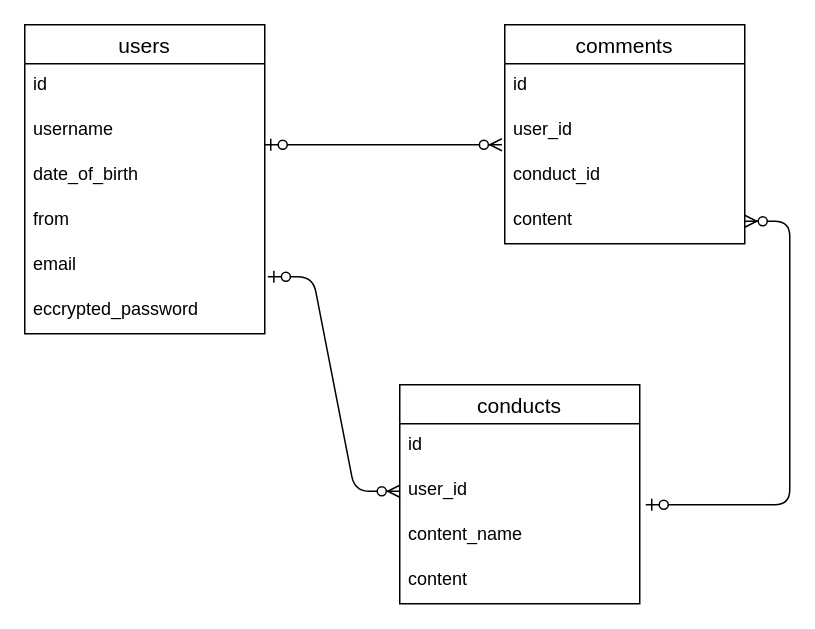
Before: page "ER図" (2 of 2) of .dio in chicattita/original-app, a draw.io diagram. Source tidied: cells renumbered, new cells numbered last; positions are measured from the earlier drawing's top-left corner, leaving out a move shared by most shapes. Both pictures are drawn from the tidied source at 150%, with x=0, y=0 at pixel (24, 24).
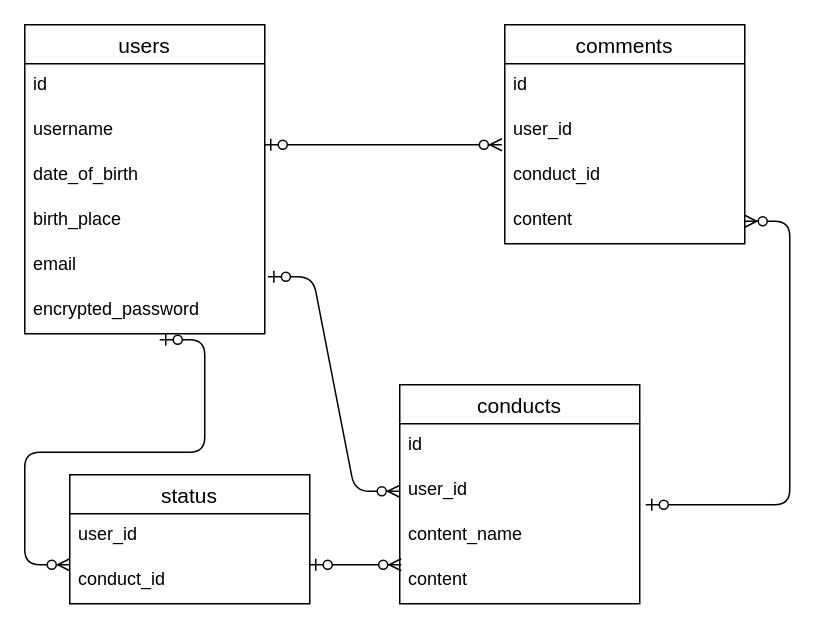
The same page after the edit.

Unchanged cells that the change refers to:
```xml
<mxCell id="6" value="content" style="text;strokeColor=none;fillColor=none;spacingLeft=4;spacingRight=4;overflow=hidden;points=[[0,0.5],[1,0.5]];portConstraint=eastwest;fontSize=12;" parent="2" vertex="1">
  <mxGeometry y="116" width="160" height="30" as="geometry" />
</mxCell>
<mxCell id="12" value="users" style="swimlane;fontStyle=0;horizontal=1;startSize=26;align=center;fontSize=14;" parent="1" vertex="1">
  <mxGeometry width="160" height="206" as="geometry" />
</mxCell>
```

Change to the diagram source:
```diff
@@
-    <mxCell id="16" value="from" style="text;strokeColor=none;fillColor=none;spacingLeft=4;spacingRight=4;overflow=hidden;fontSize=12;" parent="12" vertex="1">
+    <mxCell id="16" value="birth_place" style="text;strokeColor=none;fillColor=none;spacingLeft=4;spacingRight=4;overflow=hidden;fontSize=12;" parent="12" vertex="1">
       <mxGeometry y="116" width="160" height="30" as="geometry" />
     </mxCell>
@@
-    <mxCell id="18" value="eccrypted_password" style="text;strokeColor=none;fillColor=none;spacingLeft=4;spacingRight=4;overflow=hidden;fontSize=12;" parent="12" vertex="1">
+    <mxCell id="18" value="encrypted_password" style="text;strokeColor=none;fillColor=none;spacingLeft=4;spacingRight=4;overflow=hidden;fontSize=12;" parent="12" vertex="1">
       <mxGeometry y="176" width="160" height="30" as="geometry" />
     </mxCell>
@@
+    <mxCell id="22" value="status" style="swimlane;fontStyle=0;horizontal=1;startSize=26;align=center;fontSize=14;" parent="1" vertex="1">
+      <mxGeometry x="30" y="300" width="160" height="86" as="geometry" />
+    </mxCell>
+    <mxCell id="23" value="user_id" style="text;strokeColor=none;fillColor=none;spacingLeft=4;spacingRight=4;overflow=hidden;fontSize=12;" parent="22" vertex="1">
+      <mxGeometry y="26" width="160" height="30" as="geometry" />
+    </mxCell>
+    <mxCell id="24" value="conduct_id" style="text;strokeColor=none;fillColor=none;spacingLeft=4;spacingRight=4;overflow=hidden;fontSize=12;" parent="22" vertex="1">
+      <mxGeometry y="56" width="160" height="30" as="geometry" />
+    </mxCell>
+    <mxCell id="25" style="edgeStyle=entityRelationEdgeStyle;fontSize=12;html=1;endArrow=ERzeroToMany;startArrow=ERzeroToOne;entryX=0.006;entryY=0.133;entryDx=0;entryDy=0;entryPerimeter=0;" parent="1" edge="1" target="6">
+      <mxGeometry relative="1" as="geometry">
+        <mxPoint x="190" y="360" as="sourcePoint" />
+      </mxGeometry>
+    </mxCell>
+    <mxCell id="26" style="edgeStyle=entityRelationEdgeStyle;fontSize=12;html=1;endArrow=ERzeroToMany;startArrow=ERzeroToOne;" parent="1" edge="1">
+      <mxGeometry relative="1" as="geometry">
+        <mxPoint x="90" y="210" as="sourcePoint" />
+        <mxPoint x="30" y="360" as="targetPoint" />
+      </mxGeometry>
+    </mxCell>
```
